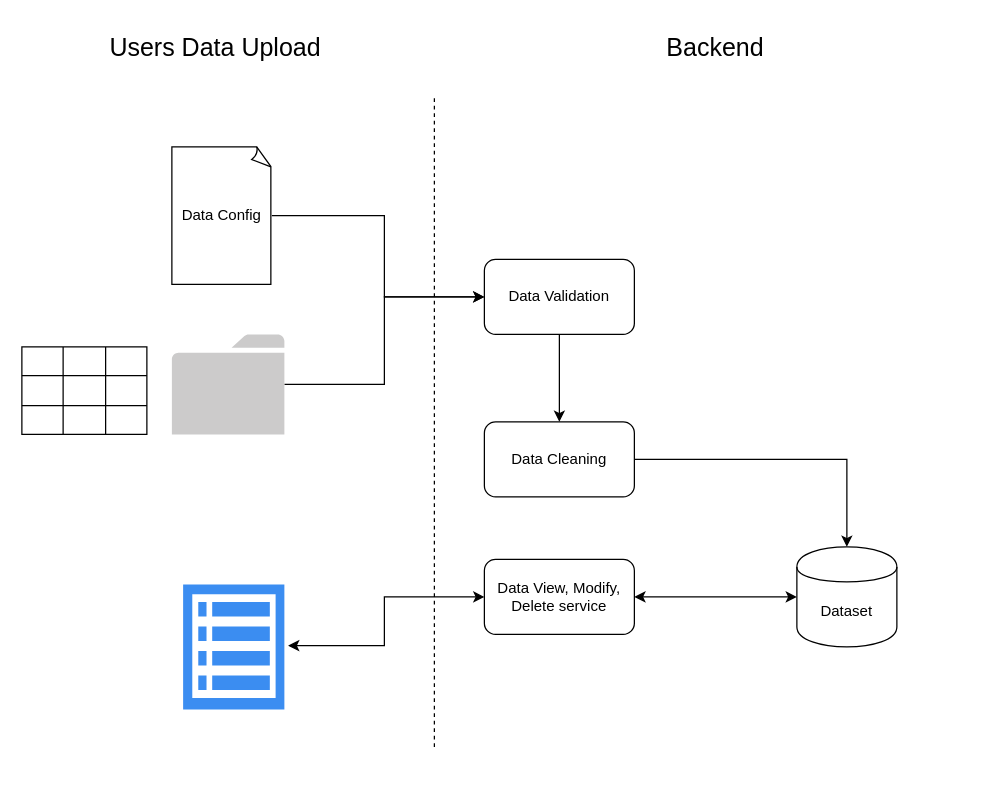
Before: page "Data Upload" (2 of 5) of docs/21_architecture.drawio in curl-tech/twentyone, a draw.io diagram. Source tidied: cells renumbered, new cells numbered last; positions are measured from the earlier drawing's top-left corner, leaving out a move shared by most shapes. Both pictures are drawn from the tidied source at 125%, with x=0, y=0 at pixel (21, 21).
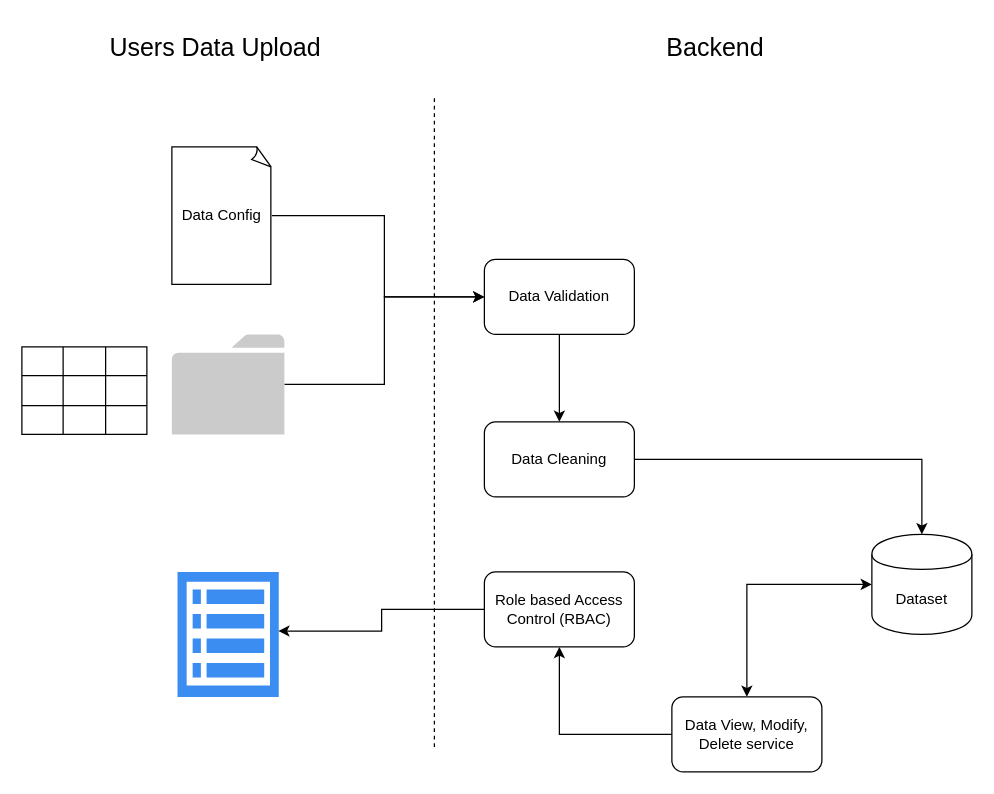
Above is the later version.

The edit, as a diff of the source:
```diff
@@
     <mxCell id="11" value="Dataset" style="shape=cylinder;whiteSpace=wrap;html=1;boundedLbl=1;backgroundOutline=1;rounded=1;" parent="1" vertex="1">
-      <mxGeometry x="620" y="420" width="80" height="80" as="geometry" />
+      <mxGeometry x="680" y="410" width="80" height="80" as="geometry" />
     </mxCell>
-    <mxCell id="12" style="edgeStyle=orthogonalEdgeStyle;rounded=0;jettySize=auto;html=1;entryX=1.037;entryY=0.49;entryDx=0;entryDy=0;entryPerimeter=0;startArrow=classic;startFill=1;" parent="1" edge="1" source="13" target="17">
-      <mxGeometry relative="1" as="geometry" />
-    </mxCell>
+    <mxCell id="31" style="edgeStyle=orthogonalEdgeStyle;rounded=0;jettySize=auto;html=1;" parent="1" edge="1" source="13" target="33">
+      <mxGeometry relative="1" as="geometry" />
+    </mxCell>
     <mxCell id="13" value="Data View, Modify, Delete service" style="whiteSpace=wrap;html=1;rounded=1;" parent="1" vertex="1">
-      <mxGeometry x="370" y="430" width="120" height="60" as="geometry" />
+      <mxGeometry x="520" y="540" width="120" height="60" as="geometry" />
     </mxCell>
@@
     <mxCell id="17" style="html=1;strokeColor=none;shadow=0;align=center;verticalAlign=top;fillColor=#3B8DF1;shape=mxgraph.gcp2.view_list;" parent="1" vertex="1">
-      <mxGeometry x="129" y="450" width="81" height="100" as="geometry" />
+      <mxGeometry x="124.5" y="440" width="81" height="100" as="geometry" />
     </mxCell>
@@
+    <mxCell id="32" style="edgeStyle=orthogonalEdgeStyle;rounded=0;jettySize=auto;html=1;entryX=0.996;entryY=0.473;entryDx=0;entryDy=0;entryPerimeter=0;" parent="1" edge="1" source="33" target="17">
+      <mxGeometry relative="1" as="geometry" />
+    </mxCell>
+    <mxCell id="33" value="Role based Access Control (RBAC)" style="whiteSpace=wrap;html=1;rounded=1;" parent="1" vertex="1">
+      <mxGeometry x="370" y="440" width="120" height="60" as="geometry" />
+    </mxCell>
```
